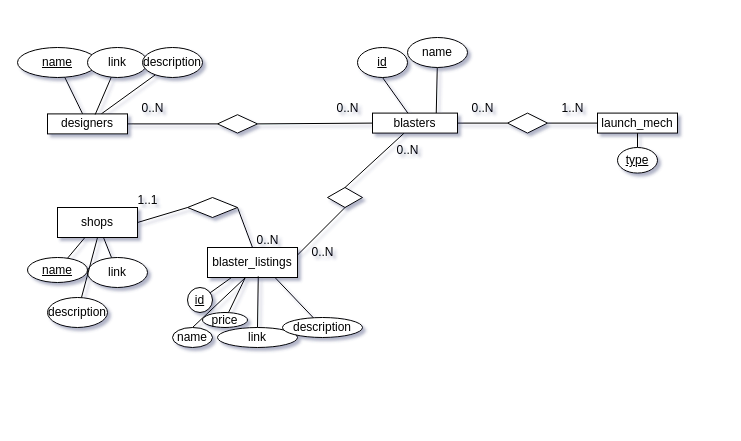
The draw.io diagram docs/ERD.drawio in SabreBirdOne/BlasterBrowser, before the edit. Source tidied: cells renumbered, new cells numbered last; positions are measured from the earlier drawing's top-left corner, leaving out a move shared by most shapes. Both pictures are drawn from the tidied source at 100%, with x=0, y=0 at pixel (17, 37).
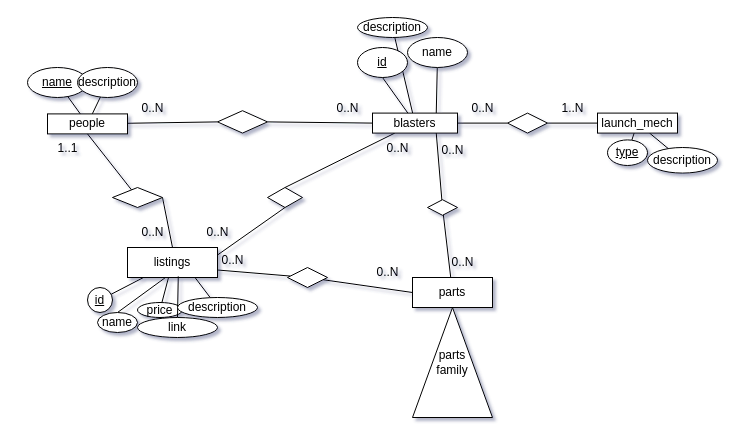
The same diagram, later.

Commit message (it also covers changes not shown here):
Working on schema

Unchanged cells that the change refers to:
```xml
<mxCell id="12" value="blasters" style="rounded=0;whiteSpace=wrap;html=1;" parent="1" vertex="1">
  <mxGeometry x="355" y="75.6" width="85" height="20" as="geometry" />
</mxCell>
<mxCell id="50" value="launch_mech" style="whiteSpace=wrap;html=1;" parent="1" vertex="1">
  <mxGeometry x="580" y="75.6" width="80" height="20" as="geometry" />
</mxCell>
```

Change to the diagram source:
```diff
@@
-    <mxCell id="5" value="designers" style="rounded=0;whiteSpace=wrap;html=1;" parent="1" vertex="1">
+    <mxCell id="5" value="people" style="rounded=0;whiteSpace=wrap;html=1;" parent="1" vertex="1">
       <mxGeometry x="30" y="76.4" width="80" height="20" as="geometry" />
     </mxCell>
     <mxCell id="6" value="&lt;u&gt;name&lt;/u&gt;" style="ellipse;whiteSpace=wrap;html=1;rounded=0;" parent="1" vertex="1">
-      <mxGeometry y="10" width="80" height="30" as="geometry" />
+      <mxGeometry x="10" y="30" width="60" height="30" as="geometry" />
     </mxCell>
-    <mxCell id="7" style="rounded=0;jettySize=auto;html=1;endArrow=none;endFill=0;entryX=0.596;entryY=0.032;entryDx=0;entryDy=0;entryPerimeter=0;" parent="1" edge="1" source="8" target="5">
-      <mxGeometry relative="1" as="geometry" />
-    </mxCell>
-    <mxCell id="8" value="link" style="ellipse;whiteSpace=wrap;html=1;" parent="1" vertex="1">
-      <mxGeometry x="70" y="10" width="60" height="30" as="geometry" />
-    </mxCell>
@@
+    <mxCell id="56" style="rounded=0;jettySize=auto;html=1;endArrow=none;endFill=0;" parent="1" edge="1" source="12" target="59">
+      <mxGeometry relative="1" as="geometry" />
+    </mxCell>
@@
     <mxCell id="16" style="rhombus;whiteSpace=wrap;html=1;" parent="1" vertex="1">
-      <mxGeometry x="200" y="77.2" width="40" height="18.4" as="geometry" />
+      <mxGeometry x="200" y="73.2" width="50" height="22.4" as="geometry" />
     </mxCell>
-    <mxCell id="17" style="edgeStyle=orthogonalEdgeStyle;rounded=0;orthogonalLoop=1;jettySize=auto;html=1;exitX=0.5;exitY=1;exitDx=0;exitDy=0;" parent="1" edge="1" source="8" target="8">
-      <mxGeometry relative="1" as="geometry" />
+    <mxCell id="17" style="edgeStyle=orthogonalEdgeStyle;rounded=0;orthogonalLoop=1;jettySize=auto;html=1;exitX=0.5;exitY=1;exitDx=0;exitDy=0;" parent="1" edge="1">
+      <mxGeometry relative="1" as="geometry">
+        <mxPoint x="100" y="40" as="sourcePoint" />
+        <mxPoint x="100" y="40" as="targetPoint" />
+      </mxGeometry>
     </mxCell>
@@
-    <mxCell id="21" style="rounded=0;jettySize=auto;html=1;endArrow=none;endFill=0;" parent="1" edge="1" source="22" target="23">
-      <mxGeometry relative="1" as="geometry" />
-    </mxCell>
-    <mxCell id="22" value="shops" style="whiteSpace=wrap;html=1;" parent="1" vertex="1">
-      <mxGeometry x="40" y="170" width="80" height="30" as="geometry" />
-    </mxCell>
-    <mxCell id="23" value="&lt;u&gt;name&lt;/u&gt;" style="ellipse;whiteSpace=wrap;html=1;" parent="1" vertex="1">
-      <mxGeometry x="10" y="220" width="60" height="25" as="geometry" />
-    </mxCell>
-    <mxCell id="24" style="rounded=0;jettySize=auto;html=1;endArrow=none;endFill=0;" parent="1" edge="1" source="25" target="22">
-      <mxGeometry relative="1" as="geometry" />
-    </mxCell>
-    <mxCell id="25" value="link" style="ellipse;whiteSpace=wrap;html=1;" parent="1" vertex="1">
-      <mxGeometry x="70" y="220" width="60" height="30" as="geometry" />
-    </mxCell>
     <mxCell id="26" value="description" style="ellipse;whiteSpace=wrap;html=1;" parent="1" vertex="1">
-      <mxGeometry x="125" y="10" width="60" height="30" as="geometry" />
+      <mxGeometry x="60" y="30" width="60" height="30" as="geometry" />
     </mxCell>
-    <mxCell id="27" style="rounded=0;jettySize=auto;html=1;entryX=0.5;entryY=1;entryDx=0;entryDy=0;endArrow=none;endFill=0;" parent="1" edge="1" source="28" target="22">
-      <mxGeometry relative="1" as="geometry" />
-    </mxCell>
-    <mxCell id="28" value="description" style="ellipse;whiteSpace=wrap;html=1;" parent="1" vertex="1">
-      <mxGeometry x="30" y="260" width="60" height="30" as="geometry" />
-    </mxCell>
@@
-    <mxCell id="31" value="blaster_listings" style="whiteSpace=wrap;html=1;" parent="1" vertex="1">
-      <mxGeometry x="190" y="210" width="90" height="30" as="geometry" />
+    <mxCell id="31" value="listings" style="whiteSpace=wrap;html=1;" parent="1" vertex="1">
+      <mxGeometry x="110" y="210" width="90" height="30" as="geometry" />
     </mxCell>
     <mxCell id="32" value="&lt;u&gt;id&lt;/u&gt;" style="ellipse;whiteSpace=wrap;html=1;" parent="1" vertex="1">
-      <mxGeometry x="170" y="250" width="25" height="25" as="geometry" />
+      <mxGeometry x="70" y="250" width="25" height="25" as="geometry" />
     </mxCell>
     <mxCell id="33" value="price" style="ellipse;whiteSpace=wrap;html=1;" parent="1" vertex="1">
-      <mxGeometry x="185" y="275" width="45" height="15" as="geometry" />
+      <mxGeometry x="120" y="265" width="45" height="15" as="geometry" />
     </mxCell>
@@
     <mxCell id="35" value="link" style="ellipse;whiteSpace=wrap;html=1;" parent="1" vertex="1">
-      <mxGeometry x="200" y="290" width="80" height="20" as="geometry" />
+      <mxGeometry x="120" y="280" width="80" height="20" as="geometry" />
     </mxCell>
@@
     <mxCell id="37" value="description" style="ellipse;whiteSpace=wrap;html=1;" parent="1" vertex="1">
-      <mxGeometry x="265" y="280" width="80" height="20" as="geometry" />
+      <mxGeometry x="160" y="260" width="80" height="20" as="geometry" />
     </mxCell>
-    <mxCell id="38" style="rounded=0;jettySize=auto;html=1;entryX=1;entryY=0.5;entryDx=0;entryDy=0;endArrow=none;endFill=0;exitX=0;exitY=0.5;exitDx=0;exitDy=0;" parent="1" edge="1" source="40" target="22">
-      <mxGeometry relative="1" as="geometry" />
-    </mxCell>
@@
+    <mxCell id="57" style="rounded=0;jettySize=auto;html=1;entryX=0.5;entryY=1;entryDx=0;entryDy=0;endArrow=none;endFill=0;" parent="1" edge="1" source="40" target="5">
+      <mxGeometry relative="1" as="geometry" />
+    </mxCell>
     <mxCell id="40" style="rhombus;whiteSpace=wrap;html=1;" parent="1" vertex="1">
-      <mxGeometry x="170" y="160" width="50" height="20" as="geometry" />
+      <mxGeometry x="95" y="150" width="50" height="20" as="geometry" />
     </mxCell>
-    <mxCell id="41" value="0..N" style="text;html=1;align=center;verticalAlign=middle;strokeColor=none;fillColor=none;" parent="1" vertex="1">
-      <mxGeometry x="225" y="188" width="50" height="30" as="geometry" />
-    </mxCell>
-    <mxCell id="42" value="1..1" style="text;html=1;align=center;verticalAlign=middle;strokeColor=none;fillColor=none;" parent="1" vertex="1">
-      <mxGeometry x="110" y="148" width="40" height="30" as="geometry" />
-    </mxCell>
@@
     <mxCell id="44" style="rhombus;whiteSpace=wrap;html=1;rounded=0;" parent="1" vertex="1">
-      <mxGeometry x="310" y="150" width="35" height="20" as="geometry" />
+      <mxGeometry x="250" y="150" width="35" height="20" as="geometry" />
     </mxCell>
     <mxCell id="45" value="0..N" style="text;html=1;align=center;verticalAlign=middle;strokeColor=none;fillColor=none;" parent="1" vertex="1">
-      <mxGeometry x="365" y="98" width="50" height="30" as="geometry" />
+      <mxGeometry x="355" y="95.6" width="50" height="30" as="geometry" />
     </mxCell>
     <mxCell id="46" value="0..N" style="text;html=1;align=center;verticalAlign=middle;strokeColor=none;fillColor=none;" parent="1" vertex="1">
-      <mxGeometry x="280" y="200" width="50" height="30" as="geometry" />
+      <mxGeometry x="175" y="180" width="50" height="30" as="geometry" />
     </mxCell>
@@
     <mxCell id="48" value="name" style="ellipse;whiteSpace=wrap;html=1;" parent="1" vertex="1">
-      <mxGeometry x="155" y="290" width="40" height="20" as="geometry" />
+      <mxGeometry x="80" y="275" width="40" height="20" as="geometry" />
     </mxCell>
@@
+    <mxCell id="58" style="rounded=0;jettySize=auto;html=1;endArrow=none;endFill=0;" parent="1" edge="1" source="50" target="60">
+      <mxGeometry relative="1" as="geometry" />
+    </mxCell>
@@
     <mxCell id="51" value="&lt;u&gt;type&lt;/u&gt;" style="ellipse;whiteSpace=wrap;html=1;" parent="1" vertex="1">
-      <mxGeometry x="600" y="110" width="40" height="25.6" as="geometry" />
+      <mxGeometry x="590" y="102.4" width="40" height="25.6" as="geometry" />
     </mxCell>
@@
+    <mxCell id="59" value="description" style="ellipse;whiteSpace=wrap;html=1;" parent="1" vertex="1">
+      <mxGeometry x="340" y="-20" width="70" height="20" as="geometry" />
+    </mxCell>
+    <mxCell id="60" value="description" style="ellipse;whiteSpace=wrap;html=1;" parent="1" vertex="1">
+      <mxGeometry x="630" y="110" width="70" height="25.6" as="geometry" />
+    </mxCell>
+    <mxCell id="61" style="rounded=0;jettySize=auto;html=1;endArrow=none;endFill=0;" parent="1" edge="1" source="62" target="64">
+      <mxGeometry relative="1" as="geometry" />
+    </mxCell>
+    <mxCell id="62" value="parts" style="whiteSpace=wrap;html=1;" parent="1" vertex="1">
+      <mxGeometry x="395" y="240" width="80" height="30" as="geometry" />
+    </mxCell>
+    <mxCell id="63" style="rounded=0;jettySize=auto;html=1;entryX=0.75;entryY=1;entryDx=0;entryDy=0;endArrow=none;endFill=0;" parent="1" edge="1" source="64" target="12">
+      <mxGeometry relative="1" as="geometry" />
+    </mxCell>
+    <mxCell id="64" style="rhombus;whiteSpace=wrap;html=1;" parent="1" vertex="1">
+      <mxGeometry x="410" y="162.2" width="30" height="15.6" as="geometry" />
+    </mxCell>
+    <mxCell id="65" value="0..N" style="text;html=1;align=center;verticalAlign=middle;strokeColor=none;fillColor=none;" parent="1" vertex="1">
+      <mxGeometry x="420" y="210" width="50" height="30" as="geometry" />
+    </mxCell>
+    <mxCell id="66" value="0..N" style="text;html=1;align=center;verticalAlign=middle;strokeColor=none;fillColor=none;" parent="1" vertex="1">
+      <mxGeometry x="410" y="98" width="50" height="30" as="geometry" />
+    </mxCell>
+    <mxCell id="67" value="0..N" style="text;html=1;align=center;verticalAlign=middle;strokeColor=none;fillColor=none;" parent="1" vertex="1">
+      <mxGeometry x="110" y="180" width="50" height="30" as="geometry" />
+    </mxCell>
+    <mxCell id="42" value="1..1" style="text;html=1;align=center;verticalAlign=middle;strokeColor=none;fillColor=none;" parent="1" vertex="1">
+      <mxGeometry x="30" y="95.6" width="40" height="30" as="geometry" />
+    </mxCell>
+    <mxCell id="68" style="rounded=0;jettySize=auto;html=1;entryX=0;entryY=0.5;entryDx=0;entryDy=0;endArrow=none;endFill=0;" parent="1" edge="1" source="70" target="62">
+      <mxGeometry relative="1" as="geometry" />
+    </mxCell>
+    <mxCell id="69" style="rounded=0;jettySize=auto;html=1;entryX=1;entryY=0.75;entryDx=0;entryDy=0;endArrow=none;endFill=0;" parent="1" edge="1" source="70" target="31">
+      <mxGeometry relative="1" as="geometry" />
+    </mxCell>
+    <mxCell id="70" style="rhombus;whiteSpace=wrap;html=1;" parent="1" vertex="1">
+      <mxGeometry x="270" y="230" width="40" height="20" as="geometry" />
+    </mxCell>
+    <mxCell id="71" value="0..N" style="text;html=1;align=center;verticalAlign=middle;strokeColor=none;fillColor=none;" parent="1" vertex="1">
+      <mxGeometry x="345" y="220" width="50" height="30" as="geometry" />
+    </mxCell>
+    <mxCell id="72" value="0..N" style="text;html=1;align=center;verticalAlign=middle;strokeColor=none;fillColor=none;" parent="1" vertex="1">
+      <mxGeometry x="190" y="207.8" width="50" height="30" as="geometry" />
+    </mxCell>
+    <mxCell id="73" value="parts&lt;br&gt;family" style="triangle;whiteSpace=wrap;html=1;direction=north;" parent="1" vertex="1">
+      <mxGeometry x="395" y="270" width="80" height="110" as="geometry" />
+    </mxCell>
```
